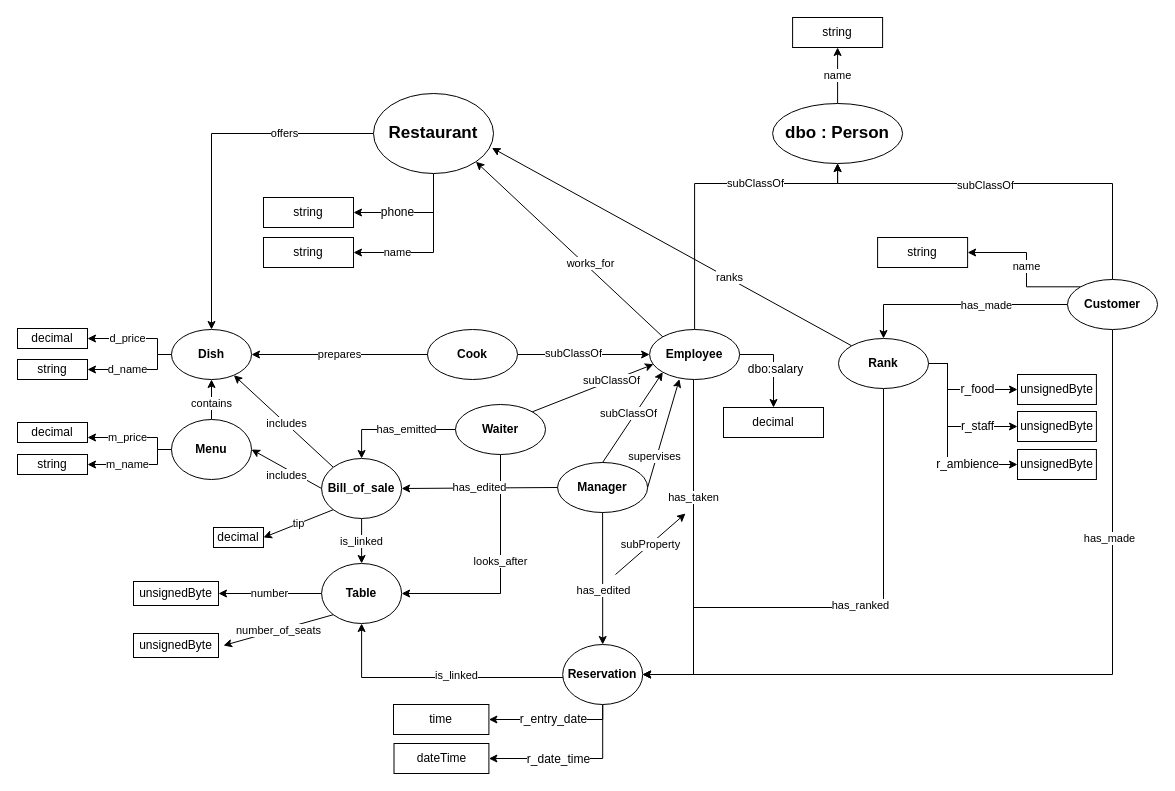
The draw.io diagram schema/schema.dio in CH-KevinDubois/MAS-RAD-4-WEB-Mini-Projet, before the edit. Source tidied: cells renumbered, new cells numbered last; positions are measured from the earlier drawing's top-left corner, leaving out a move shared by most shapes. Both pictures are drawn from the tidied source at 100%, with x=0, y=0 at pixel (17, 17).
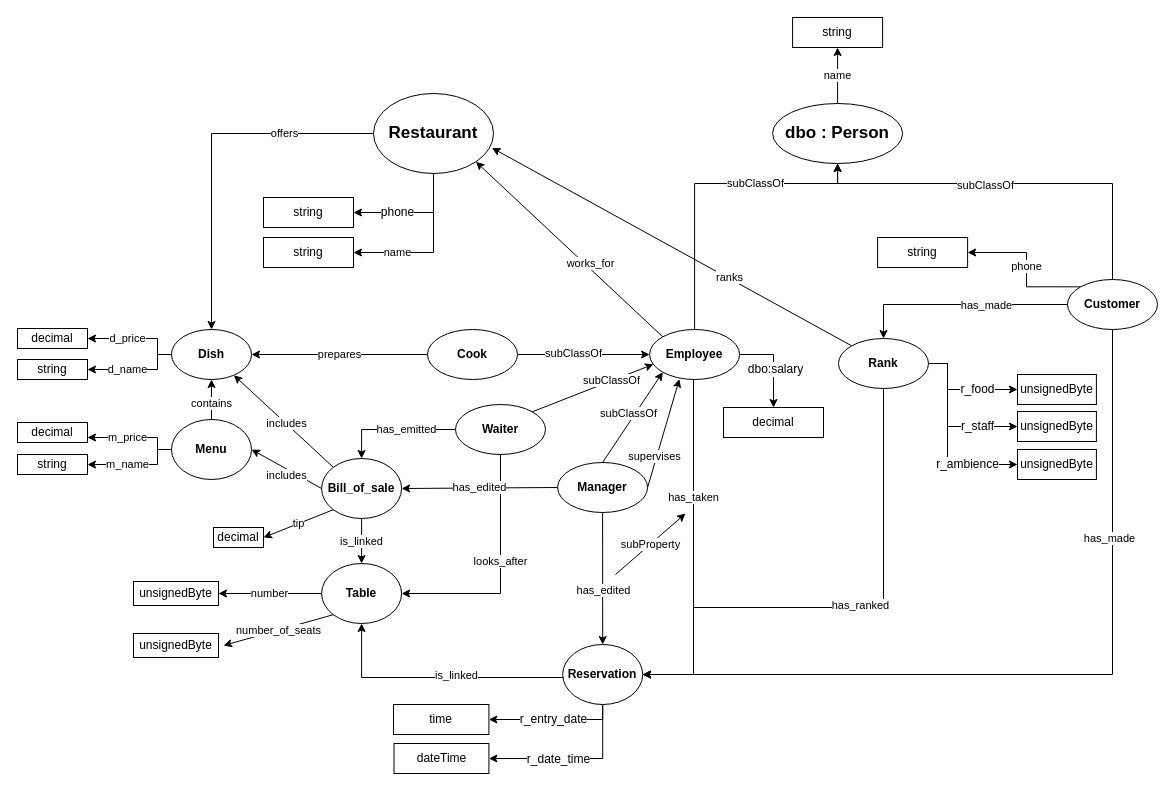
The same diagram, later.

Commit message:
Correction schéma principal

Unchanged cells that the change refers to:
```xml
<mxCell id="20" value="Customer" style="ellipse;whiteSpace=wrap;html=1;fontStyle=1;" parent="1" vertex="1">
  <mxGeometry x="1050" y="262" width="90" height="50" as="geometry" />
</mxCell>
<mxCell id="88" value="string" style="rounded=0;whiteSpace=wrap;html=1;" parent="1" vertex="1">
  <mxGeometry x="860.1" y="220" width="90" height="30" as="geometry" />
</mxCell>
```

The edit, as a diff of the source:
```diff
@@
-    <mxCell id="19" value="name" style="edgeStyle=orthogonalEdgeStyle;rounded=0;jettySize=auto;html=1;entryX=1;entryY=0.5;entryDx=0;entryDy=0;exitX=0;exitY=0;exitDx=0;exitDy=0;" parent="1" edge="1" source="20" target="88">
+    <mxCell id="19" value="phone" style="edgeStyle=orthogonalEdgeStyle;rounded=0;jettySize=auto;html=1;entryX=1;entryY=0.5;entryDx=0;entryDy=0;exitX=0;exitY=0;exitDx=0;exitDy=0;" parent="1" edge="1" source="20" target="88">
       <mxGeometry relative="1" as="geometry">
         <Array as="points">
           <mxPoint x="1009" y="235" />
         </Array>
       </mxGeometry>
     </mxCell>
```
